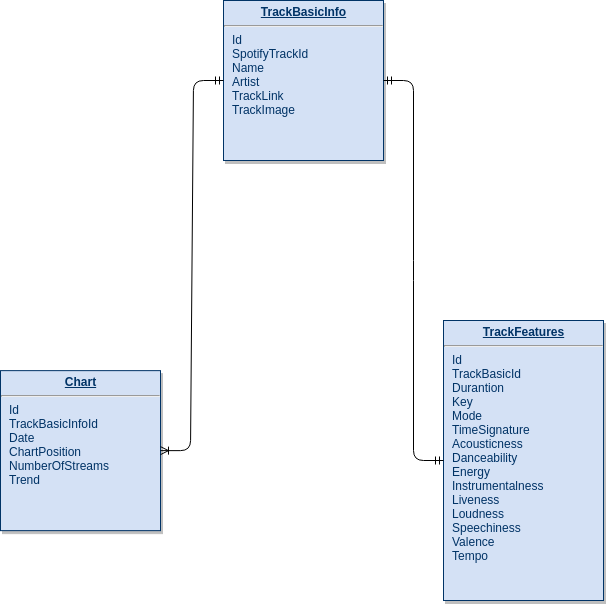
Above: docs/spotify_analysis_diagram.png in eduflm/spotify-analysis (draw.io), before the change. Source tidied: cells renumbered, new cells last; positions are measured from the earlier drawing's top-left corner, leaving out a move shared by most shapes.
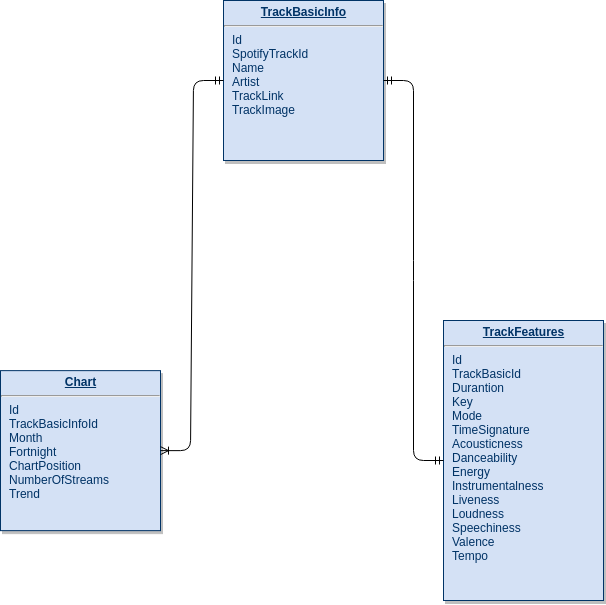
After the commit.

What changed in the source:
```diff
@@ -5,7 +5,7 @@
     <mxCell id="2" value="&lt;p style=&quot;margin: 0px ; margin-top: 4px ; text-align: center ; text-decoration: underline&quot;&gt;&lt;strong&gt;TrackBasicInfo&lt;/strong&gt;&lt;/p&gt;&lt;hr&gt;&lt;p style=&quot;margin: 0px ; margin-left: 8px&quot;&gt;Id&lt;/p&gt;&lt;p style=&quot;margin: 0px ; margin-left: 8px&quot;&gt;SpotifyTrackId&lt;/p&gt;&lt;p style=&quot;margin: 0px ; margin-left: 8px&quot;&gt;Name&lt;/p&gt;&lt;p style=&quot;margin: 0px ; margin-left: 8px&quot;&gt;Artist&lt;/p&gt;&lt;p style=&quot;margin: 0px ; margin-left: 8px&quot;&gt;TrackLink&lt;/p&gt;&lt;p style=&quot;margin: 0px ; margin-left: 8px&quot;&gt;TrackImage&lt;/p&gt;" style="verticalAlign=top;align=left;overflow=fill;fontSize=12;fontFamily=Helvetica;html=1;strokeColor=#003366;shadow=1;fillColor=#D4E1F5;fontColor=#003366;" parent="1" vertex="1">
       <mxGeometry x="223" width="160" height="160" as="geometry" />
     </mxCell>
-    <mxCell id="3" value="&lt;p style=&quot;margin: 0px ; margin-top: 4px ; text-align: center ; text-decoration: underline&quot;&gt;&lt;strong&gt;Chart&lt;/strong&gt;&lt;/p&gt;&lt;hr&gt;&lt;p style=&quot;margin: 0px ; margin-left: 8px&quot;&gt;Id&lt;/p&gt;&lt;p style=&quot;margin: 0px ; margin-left: 8px&quot;&gt;TrackBasicInfoId&lt;/p&gt;&lt;p style=&quot;margin: 0px ; margin-left: 8px&quot;&gt;Date&lt;/p&gt;&lt;p style=&quot;margin: 0px ; margin-left: 8px&quot;&gt;ChartPosition&lt;/p&gt;&lt;p style=&quot;margin: 0px ; margin-left: 8px&quot;&gt;NumberOfStreams&lt;/p&gt;&lt;p style=&quot;margin: 0px ; margin-left: 8px&quot;&gt;Trend&lt;/p&gt;" style="verticalAlign=top;align=left;overflow=fill;fontSize=12;fontFamily=Helvetica;html=1;strokeColor=#003366;shadow=1;fillColor=#D4E1F5;fontColor=#003366;" parent="1" vertex="1">
+    <mxCell id="3" value="&lt;p style=&quot;margin: 0px ; margin-top: 4px ; text-align: center ; text-decoration: underline&quot;&gt;&lt;strong&gt;Chart&lt;/strong&gt;&lt;/p&gt;&lt;hr&gt;&lt;p style=&quot;margin: 0px ; margin-left: 8px&quot;&gt;Id&lt;/p&gt;&lt;p style=&quot;margin: 0px ; margin-left: 8px&quot;&gt;TrackBasicInfoId&lt;/p&gt;&lt;p style=&quot;margin: 0px ; margin-left: 8px&quot;&gt;Month&lt;/p&gt;&lt;p style=&quot;margin: 0px ; margin-left: 8px&quot;&gt;Fortnight&lt;/p&gt;&lt;p style=&quot;margin: 0px ; margin-left: 8px&quot;&gt;ChartPosition&lt;/p&gt;&lt;p style=&quot;margin: 0px ; margin-left: 8px&quot;&gt;NumberOfStreams&lt;/p&gt;&lt;p style=&quot;margin: 0px ; margin-left: 8px&quot;&gt;Trend&lt;/p&gt;" style="verticalAlign=top;align=left;overflow=fill;fontSize=12;fontFamily=Helvetica;html=1;strokeColor=#003366;shadow=1;fillColor=#D4E1F5;fontColor=#003366;" parent="1" vertex="1">
       <mxGeometry y="370.1" width="160" height="160" as="geometry" />
     </mxCell>
     <mxCell id="4" value="&lt;p style=&quot;margin: 0px ; margin-top: 4px ; text-align: center ; text-decoration: underline&quot;&gt;&lt;strong&gt;TrackFeatures&lt;/strong&gt;&lt;/p&gt;&lt;hr&gt;&lt;p style=&quot;margin: 0px ; margin-left: 8px&quot;&gt;Id&lt;/p&gt;&lt;p style=&quot;margin: 0px ; margin-left: 8px&quot;&gt;TrackBasicId&lt;/p&gt;&lt;p style=&quot;margin: 0px ; margin-left: 8px&quot;&gt;Durantion&lt;/p&gt;&lt;p style=&quot;margin: 0px ; margin-left: 8px&quot;&gt;Key&lt;/p&gt;&lt;p style=&quot;margin: 0px ; margin-left: 8px&quot;&gt;Mode&lt;/p&gt;&lt;p style=&quot;margin: 0px ; margin-left: 8px&quot;&gt;TimeSignature&lt;/p&gt;&lt;p style=&quot;margin: 0px ; margin-left: 8px&quot;&gt;Acousticness&lt;/p&gt;&lt;p style=&quot;margin: 0px ; margin-left: 8px&quot;&gt;Danceability&lt;/p&gt;&lt;p style=&quot;margin: 0px ; margin-left: 8px&quot;&gt;Energy&lt;/p&gt;&lt;p style=&quot;margin: 0px ; margin-left: 8px&quot;&gt;Instrumentalness&lt;/p&gt;&lt;p style=&quot;margin: 0px ; margin-left: 8px&quot;&gt;Liveness&lt;/p&gt;&lt;p style=&quot;margin: 0px ; margin-left: 8px&quot;&gt;Loudness&lt;/p&gt;&lt;p style=&quot;margin: 0px ; margin-left: 8px&quot;&gt;Speechiness&lt;/p&gt;&lt;p style=&quot;margin: 0px ; margin-left: 8px&quot;&gt;Valence&lt;/p&gt;&lt;p style=&quot;margin: 0px ; margin-left: 8px&quot;&gt;Tempo&lt;/p&gt;&lt;p style=&quot;margin: 0px ; margin-left: 8px&quot;&gt;&lt;br&gt;&lt;/p&gt;&lt;p style=&quot;margin: 0px ; margin-left: 8px&quot;&gt;&lt;br&gt;&lt;/p&gt;&lt;p style=&quot;margin: 0px ; margin-left: 8px&quot;&gt;&lt;br&gt;&lt;/p&gt;" style="verticalAlign=top;align=left;overflow=fill;fontSize=12;fontFamily=Helvetica;html=1;strokeColor=#003366;shadow=1;fillColor=#D4E1F5;fontColor=#003366;" parent="1" vertex="1">
```
